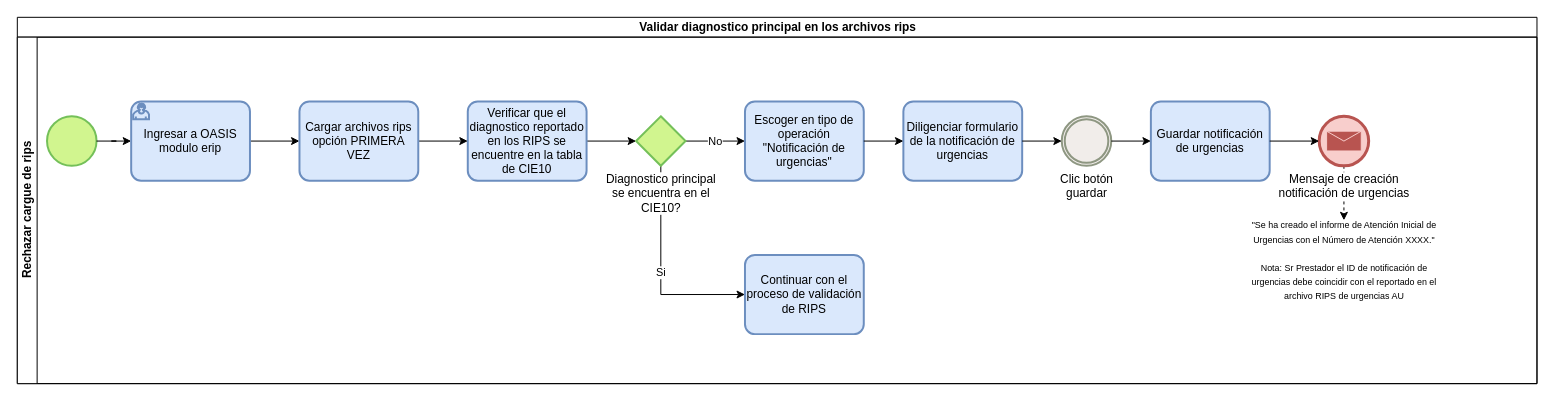
Above: Validacion_codigos_cie10.drawio in kevinjporto/Diagramas-de-procesos (draw.io), before the change. Source tidied: cells renumbered, new cells numbered last; positions are measured from the earlier drawing's top-left corner, leaving out a move shared by most shapes. Both pictures are drawn from the tidied source at 99%, with x=0, y=0 at pixel (17, 17).
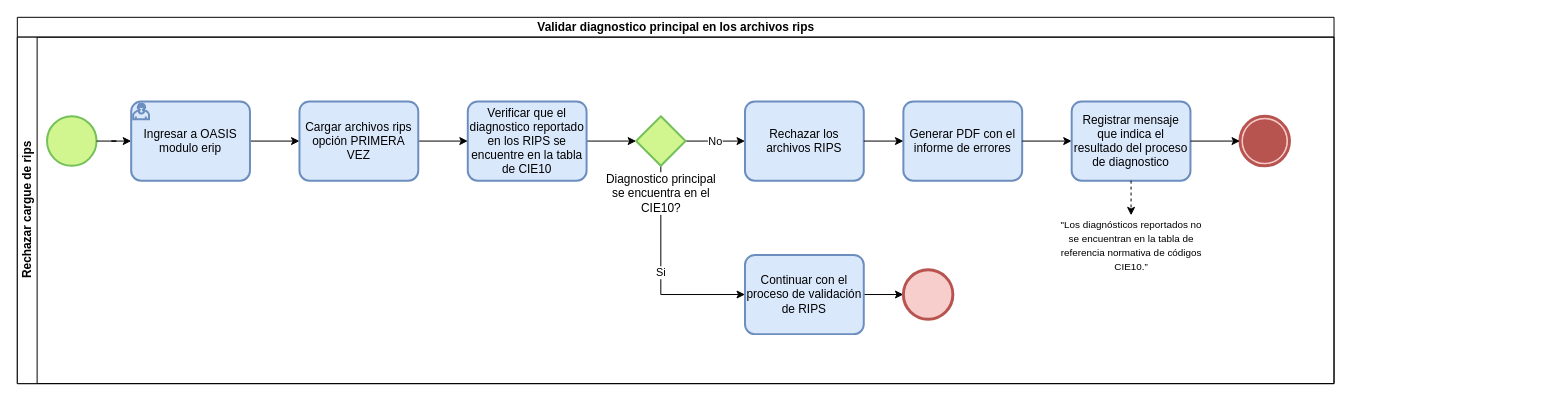
The same page after the edit.

The change refers to these unchanged cells:
```xml
<mxCell id="26" value="Continuar con el proceso de validación de RIPS" style="points=[[0.25,0,0],[0.5,0,0],[0.75,0,0],[1,0.25,0],[1,0.5,0],[1,0.75,0],[0.75,1,0],[0.5,1,0],[0.25,1,0],[0,0.75,0],[0,0.5,0],[0,0.25,0]];shape=mxgraph.bpmn.task;whiteSpace=wrap;rectStyle=rounded;size=10;html=1;taskMarker=abstract;labelBackgroundColor=none;strokeColor=#6c8ebf;fontFamily=Helvetica;fontSize=12;fontColor=default;fillColor=#dae8fc;strokeWidth=2;" parent="3" vertex="1">
  <mxGeometry x="735" y="220" width="120" height="80" as="geometry" />
</mxCell>
```

Diff of the diagram source:
```diff
@@
     <mxCell id="2" value="Validar diagnostico principal en los archivos rips" style="swimlane;horizontal=1;startSize=20;html=1;" parent="1" vertex="1">
-      <mxGeometry width="1535" height="370" as="geometry" />
+      <mxGeometry width="1330" height="370" as="geometry" />
     </mxCell>
     <mxCell id="3" value="Rechazar cargue de rips" style="swimlane;startSize=20;horizontal=0;html=1;" parent="2" vertex="1">
-      <mxGeometry y="20" width="1535" height="350" as="geometry" />
+      <mxGeometry y="20" width="1330" height="350" as="geometry" />
     </mxCell>
@@
-    <mxCell id="13" value="Escoger en tipo de operación &quot;Notificación de urgencias&quot;" style="points=[[0.25,0,0],[0.5,0,0],[0.75,0,0],[1,0.25,0],[1,0.5,0],[1,0.75,0],[0.75,1,0],[0.5,1,0],[0.25,1,0],[0,0.75,0],[0,0.5,0],[0,0.25,0]];shape=mxgraph.bpmn.task;whiteSpace=wrap;rectStyle=rounded;size=10;html=1;taskMarker=abstract;labelBackgroundColor=none;strokeColor=#6c8ebf;fontFamily=Helvetica;fontSize=12;fontColor=default;fillColor=#dae8fc;strokeWidth=2;" parent="3" vertex="1">
+    <mxCell id="13" value="Rechazar los archivos RIPS" style="points=[[0.25,0,0],[0.5,0,0],[0.75,0,0],[1,0.25,0],[1,0.5,0],[1,0.75,0],[0.75,1,0],[0.5,1,0],[0.25,1,0],[0,0.75,0],[0,0.5,0],[0,0.25,0]];shape=mxgraph.bpmn.task;whiteSpace=wrap;rectStyle=rounded;size=10;html=1;taskMarker=abstract;labelBackgroundColor=none;strokeColor=#6c8ebf;fontFamily=Helvetica;fontSize=12;fontColor=default;fillColor=#dae8fc;strokeWidth=2;" parent="3" vertex="1">
       <mxGeometry x="735" y="65" width="120" height="80" as="geometry" />
     </mxCell>
-    <mxCell id="14" value="Diligenciar formulario de la notificación de urgencias" style="points=[[0.25,0,0],[0.5,0,0],[0.75,0,0],[1,0.25,0],[1,0.5,0],[1,0.75,0],[0.75,1,0],[0.5,1,0],[0.25,1,0],[0,0.75,0],[0,0.5,0],[0,0.25,0]];shape=mxgraph.bpmn.task;whiteSpace=wrap;rectStyle=rounded;size=10;html=1;taskMarker=abstract;labelBackgroundColor=none;strokeColor=#6c8ebf;fontFamily=Helvetica;fontSize=12;fontColor=default;fillColor=#dae8fc;strokeWidth=2;" parent="3" vertex="1">
+    <mxCell id="14" value="Generar PDF con el informe de errores" style="points=[[0.25,0,0],[0.5,0,0],[0.75,0,0],[1,0.25,0],[1,0.5,0],[1,0.75,0],[0.75,1,0],[0.5,1,0],[0.25,1,0],[0,0.75,0],[0,0.5,0],[0,0.25,0]];shape=mxgraph.bpmn.task;whiteSpace=wrap;rectStyle=rounded;size=10;html=1;taskMarker=abstract;labelBackgroundColor=none;strokeColor=#6c8ebf;fontFamily=Helvetica;fontSize=12;fontColor=default;fillColor=#dae8fc;strokeWidth=2;" parent="3" vertex="1">
       <mxGeometry x="895" y="65" width="120" height="80" as="geometry" />
     </mxCell>
@@
-    <mxCell id="16" value="Clic botón&lt;br&gt;guardar" style="points=[[0.145,0.145,0],[0.5,0,0],[0.855,0.145,0],[1,0.5,0],[0.855,0.855,0],[0.5,1,0],[0.145,0.855,0],[0,0.5,0]];shape=mxgraph.bpmn.event;html=1;verticalLabelPosition=bottom;labelBackgroundColor=#ffffff;verticalAlign=top;align=center;perimeter=ellipsePerimeter;outlineConnect=0;outline=throwing;symbol=general;strokeColor=#8e9782;fontFamily=Helvetica;fontSize=12;fontColor=default;fillColor=#f1edea;strokeWidth=2;" parent="3" vertex="1">
-      <mxGeometry x="1055" y="80" width="50" height="50" as="geometry" />
-    </mxCell>
-    <mxCell id="17" style="edgeStyle=orthogonalEdgeStyle;rounded=0;jettySize=auto;html=1;fontFamily=Helvetica;fontSize=12;fontColor=default;" parent="3" edge="1" source="14" target="16">
+    <mxCell id="17" style="edgeStyle=orthogonalEdgeStyle;rounded=0;jettySize=auto;html=1;fontFamily=Helvetica;fontSize=12;fontColor=default;" parent="3" edge="1" source="14" target="18">
       <mxGeometry relative="1" as="geometry" />
     </mxCell>
-    <mxCell id="18" value="Guardar notificación de urgencias" style="points=[[0.25,0,0],[0.5,0,0],[0.75,0,0],[1,0.25,0],[1,0.5,0],[1,0.75,0],[0.75,1,0],[0.5,1,0],[0.25,1,0],[0,0.75,0],[0,0.5,0],[0,0.25,0]];shape=mxgraph.bpmn.task;whiteSpace=wrap;rectStyle=rounded;size=10;html=1;taskMarker=abstract;labelBackgroundColor=none;strokeColor=#6c8ebf;fontFamily=Helvetica;fontSize=12;fontColor=default;fillColor=#dae8fc;strokeWidth=2;" parent="3" vertex="1">
-      <mxGeometry x="1145" y="65" width="120" height="80" as="geometry" />
+    <mxCell id="18" value="Registrar mensaje que indica el resultado del proceso de diagnostico" style="points=[[0.25,0,0],[0.5,0,0],[0.75,0,0],[1,0.25,0],[1,0.5,0],[1,0.75,0],[0.75,1,0],[0.5,1,0],[0.25,1,0],[0,0.75,0],[0,0.5,0],[0,0.25,0]];shape=mxgraph.bpmn.task;whiteSpace=wrap;rectStyle=rounded;size=10;html=1;taskMarker=abstract;labelBackgroundColor=none;strokeColor=#6c8ebf;fontFamily=Helvetica;fontSize=12;fontColor=default;fillColor=#dae8fc;strokeWidth=2;" parent="3" vertex="1">
+      <mxGeometry x="1065" y="65" width="120" height="80" as="geometry" />
     </mxCell>
-    <mxCell id="19" style="edgeStyle=orthogonalEdgeStyle;rounded=0;jettySize=auto;html=1;fontFamily=Helvetica;fontSize=12;fontColor=default;" parent="3" edge="1" source="16" target="18">
-      <mxGeometry relative="1" as="geometry" />
-    </mxCell>
-    <mxCell id="20" style="edgeStyle=orthogonalEdgeStyle;rounded=0;jettySize=auto;html=1;fontFamily=Helvetica;fontSize=12;fontColor=default;dashed=1;entryX=0.5;entryY=0;entryDx=0;entryDy=0;" parent="3" edge="1" source="21">
-      <mxGeometry relative="1" as="geometry">
-        <mxPoint x="1340" y="185" as="targetPoint" />
-      </mxGeometry>
+    <mxCell id="20" style="edgeStyle=orthogonalEdgeStyle;rounded=0;jettySize=auto;html=1;fontFamily=Helvetica;fontSize=12;fontColor=default;dashed=1;entryX=0.5;entryY=0;entryDx=0;entryDy=0;exitX=0.5;exitY=1;exitDx=0;exitDy=0;exitPerimeter=0;" parent="3" edge="1" source="18" target="23">
+      <mxGeometry relative="1" as="geometry" />
     </mxCell>
-    <mxCell id="21" value="Mensaje de creación&lt;br&gt;notificación de urgencias" style="points=[[0.145,0.145,0],[0.5,0,0],[0.855,0.145,0],[1,0.5,0],[0.855,0.855,0],[0.5,1,0],[0.145,0.855,0],[0,0.5,0]];shape=mxgraph.bpmn.event;html=1;verticalLabelPosition=bottom;labelBackgroundColor=#ffffff;verticalAlign=top;align=center;perimeter=ellipsePerimeter;outlineConnect=0;outline=end;symbol=message;strokeColor=#b85450;fontFamily=Helvetica;fontSize=12;fillColor=#f8cecc;" parent="3" vertex="1">
-      <mxGeometry x="1315" y="80" width="50" height="50" as="geometry" />
-    </mxCell>
-    <mxCell id="22" style="edgeStyle=orthogonalEdgeStyle;rounded=0;jettySize=auto;html=1;fontFamily=Helvetica;fontSize=12;fontColor=default;entryX=0;entryY=0.5;entryDx=0;entryDy=0;entryPerimeter=0;" parent="3" edge="1" source="18" target="21">
-      <mxGeometry relative="1" as="geometry" />
-    </mxCell>
-    <mxCell id="23" value="&lt;font style=&quot;font-size: 9px;&quot;&gt;&quot;Se ha creado el informe de Atención Inicial de Urgencias con el Número de Atención XXXX.&quot;&lt;br&gt;&lt;br&gt;Nota: Sr Prestador el ID de notificación de urgencias debe coincidir con el reportado en el archivo RIPS de urgencias AU&lt;/font&gt;" style="text;html=1;strokeColor=none;fillColor=none;align=center;verticalAlign=middle;whiteSpace=wrap;rounded=0;fontSize=12;fontFamily=Helvetica;fontColor=default;" parent="3" vertex="1">
-      <mxGeometry x="1238.8" y="180" width="202.5" height="90" as="geometry" />
+    <mxCell id="23" value="&lt;font style=&quot;font-size: 10px;&quot;&gt;&quot;Los diagnósticos reportados no se encuentran en la tabla de referencia normativa de códigos CIE10.” &lt;/font&gt;" style="text;html=1;strokeColor=none;fillColor=none;align=center;verticalAlign=middle;whiteSpace=wrap;rounded=0;fontSize=12;fontFamily=Helvetica;fontColor=default;" parent="3" vertex="1">
+      <mxGeometry x="1052.5" y="180" width="145" height="60" as="geometry" />
     </mxCell>
@@
+    <mxCell id="27" style="edgeStyle=orthogonalEdgeStyle;rounded=0;jettySize=auto;html=1;" parent="3" edge="1" source="26" target="28">
+      <mxGeometry relative="1" as="geometry" />
+    </mxCell>
@@
+    <mxCell id="28" style="points=[[0.145,0.145,0],[0.5,0,0],[0.855,0.145,0],[1,0.5,0],[0.855,0.855,0],[0.5,1,0],[0.145,0.855,0],[0,0.5,0]];shape=mxgraph.bpmn.event;html=1;verticalLabelPosition=bottom;labelBackgroundColor=#ffffff;verticalAlign=top;align=center;perimeter=ellipsePerimeter;outlineConnect=0;outline=end;symbol=terminate2;fillColor=#f8cecc;strokeColor=#b85450;" parent="3" vertex="1">
+      <mxGeometry x="895" y="235" width="50" height="50" as="geometry" />
+    </mxCell>
+    <mxCell id="29" style="points=[[0.145,0.145,0],[0.5,0,0],[0.855,0.145,0],[1,0.5,0],[0.855,0.855,0],[0.5,1,0],[0.145,0.855,0],[0,0.5,0]];shape=mxgraph.bpmn.event;html=1;verticalLabelPosition=bottom;labelBackgroundColor=#ffffff;verticalAlign=top;align=center;perimeter=ellipsePerimeter;outlineConnect=0;outline=end;symbol=terminate;fillColor=#f8cecc;strokeColor=#b85450;" parent="3" vertex="1">
+      <mxGeometry x="1235" y="80" width="50" height="50" as="geometry" />
+    </mxCell>
+    <mxCell id="22" style="edgeStyle=orthogonalEdgeStyle;rounded=0;jettySize=auto;html=1;fontFamily=Helvetica;fontSize=12;fontColor=default;entryX=0;entryY=0.5;entryDx=0;entryDy=0;entryPerimeter=0;" parent="3" edge="1" source="18" target="29">
+      <mxGeometry relative="1" as="geometry" />
+    </mxCell>
```
